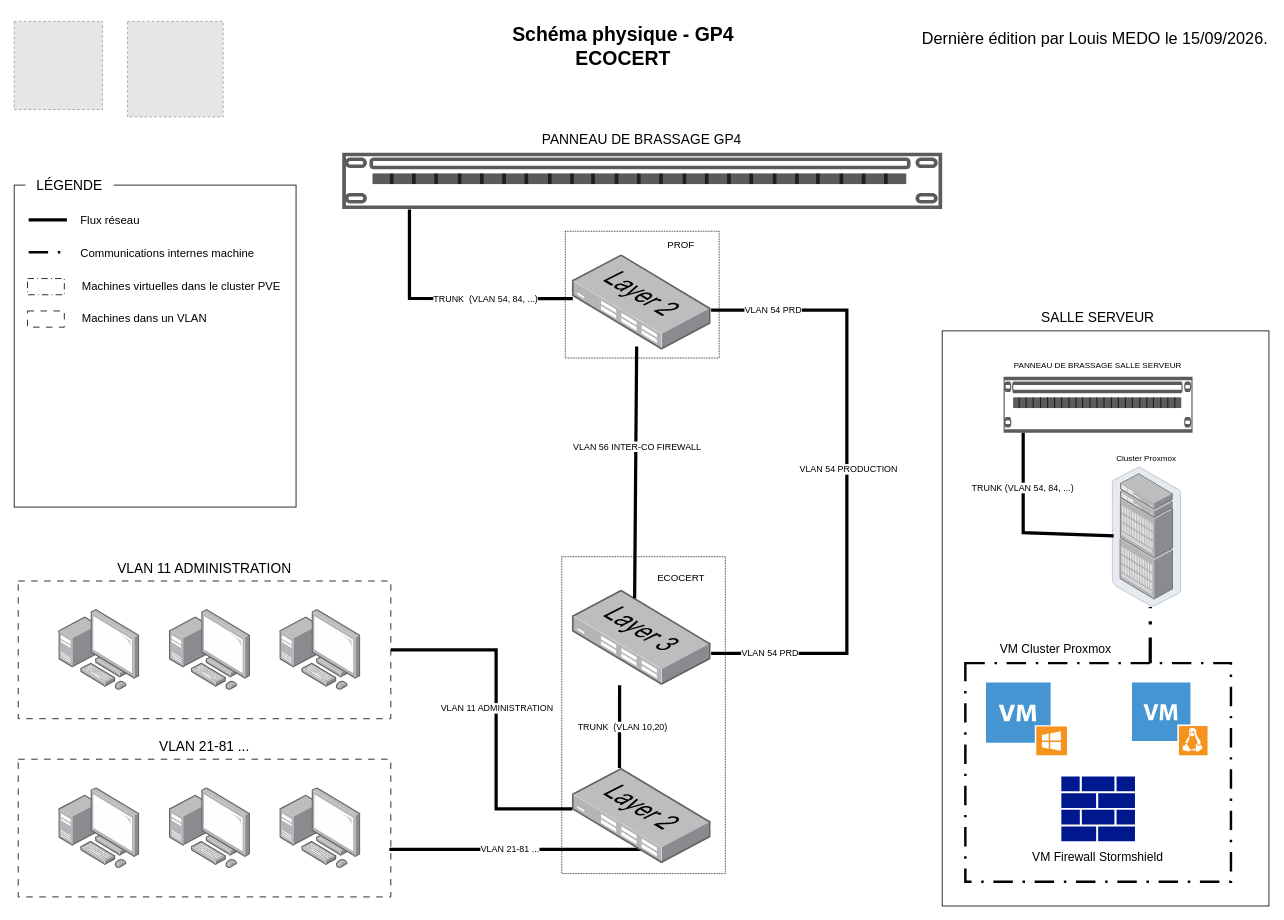
Above: docs/01-ressources/assets/schemas/ecocert-schema-physique-gp4.drawio in FireToak/ecocert-docs (draw.io), before the change. Source tidied: cells renumbered, new cells numbered last; positions are measured from the earlier drawing's top-left corner, leaving out a move shared by most shapes. Both pictures are drawn from the tidied source at 81%, with x=0, y=0 at pixel (14, 14). Pictures stored in the file or linked from it are replaced by grey dashed boxes.
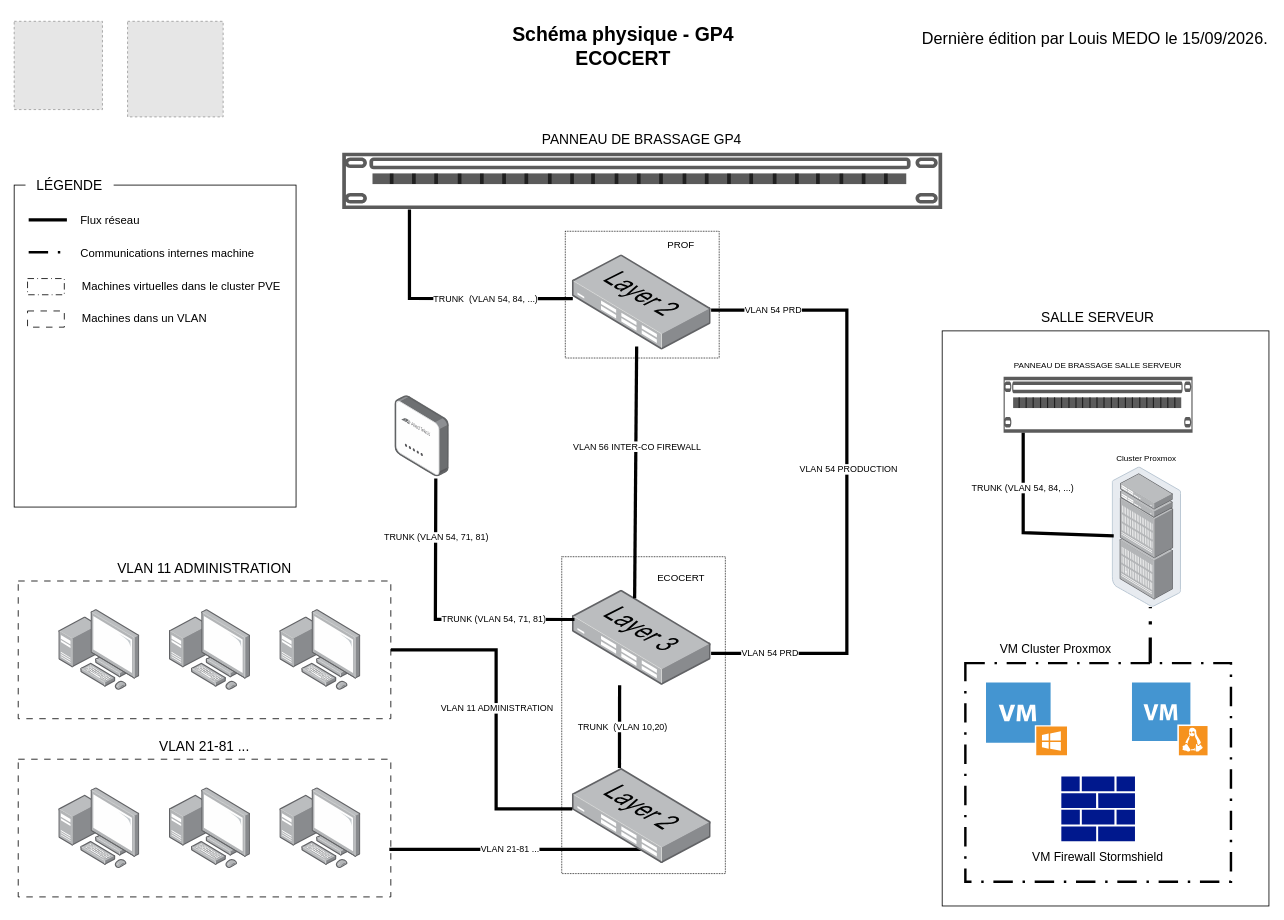
The same diagram, later.

Unchanged cells that the change refers to:
```xml
<mxCell id="9" style="image;points=[];html=1;align=center;shadow=0;dashed=0;image=img/lib/allied_telesis/switch/Switch_24_port_L3.svg;" parent="1" vertex="1">
  <mxGeometry x="689" y="711" width="171.4" height="117.5" as="geometry" />
</mxCell>
```

The edit, as a diff of the source:
```diff
@@
+    <mxCell id="64" style="image;points=[];html=1;align=center;shadow=0;dashed=0;image=img/lib/allied_telesis/wireless/Access_Point_Indoor.svg;" parent="1" vertex="1">
+      <mxGeometry x="470" y="471" width="67" height="100" as="geometry" />
+    </mxCell>
+    <mxCell id="65" style="endArrow=none;html=1;rounded=0;exitX=0.754;exitY=1.021;exitDx=0;exitDy=0;exitPerimeter=0;entryX=0.016;entryY=0.309;entryDx=0;entryDy=0;entryPerimeter=0;strokeWidth=4;" parent="1" edge="1" source="64" target="9">
+      <mxGeometry relative="1" as="geometry">
+        <Array as="points">
+          <mxPoint x="520" y="747.3" />
+        </Array>
+      </mxGeometry>
+    </mxCell>
+    <mxCell id="66" value="TRUNK (VLAN 54, 71, 81)" style="edgeLabel;html=1;align=center;verticalAlign=middle;" parent="65" vertex="1">
+      <mxGeometry x="0.24" y="-1" relative="1" as="geometry">
+        <mxPoint x="32" y="-2" as="offset" />
+      </mxGeometry>
+    </mxCell>
+    <mxCell id="67" value="TRUNK (VLAN 54, 71, 81)" style="edgeLabel;html=1;align=center;verticalAlign=middle;" parent="1" vertex="1">
+      <mxGeometry x="520" y="645.5" as="geometry" />
+    </mxCell>
```
